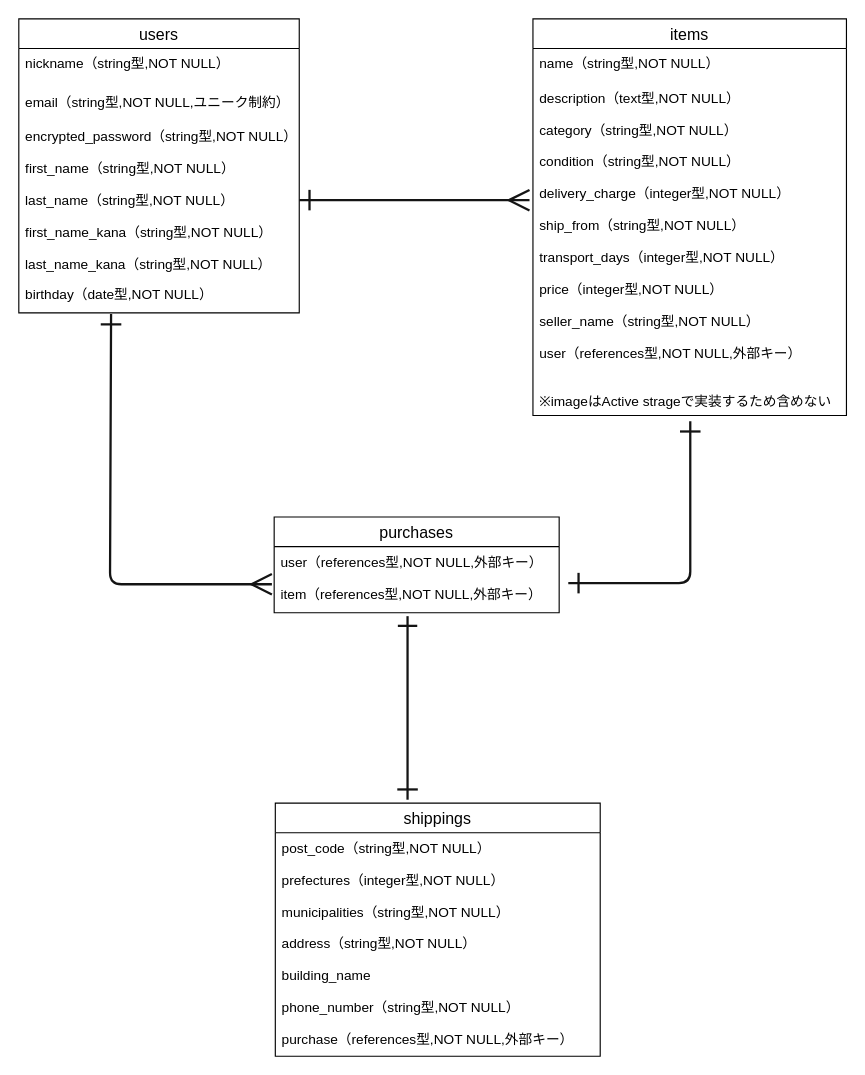
The draw.io diagram furima-37348.dio in y-takamatu/furima-37348, before the edit. Source tidied: cells renumbered, new cells numbered last; positions are measured from the earlier drawing's top-left corner, leaving out a move shared by most shapes. Both pictures are drawn from the tidied source at 114%, with x=0, y=0 at pixel (18, 18).
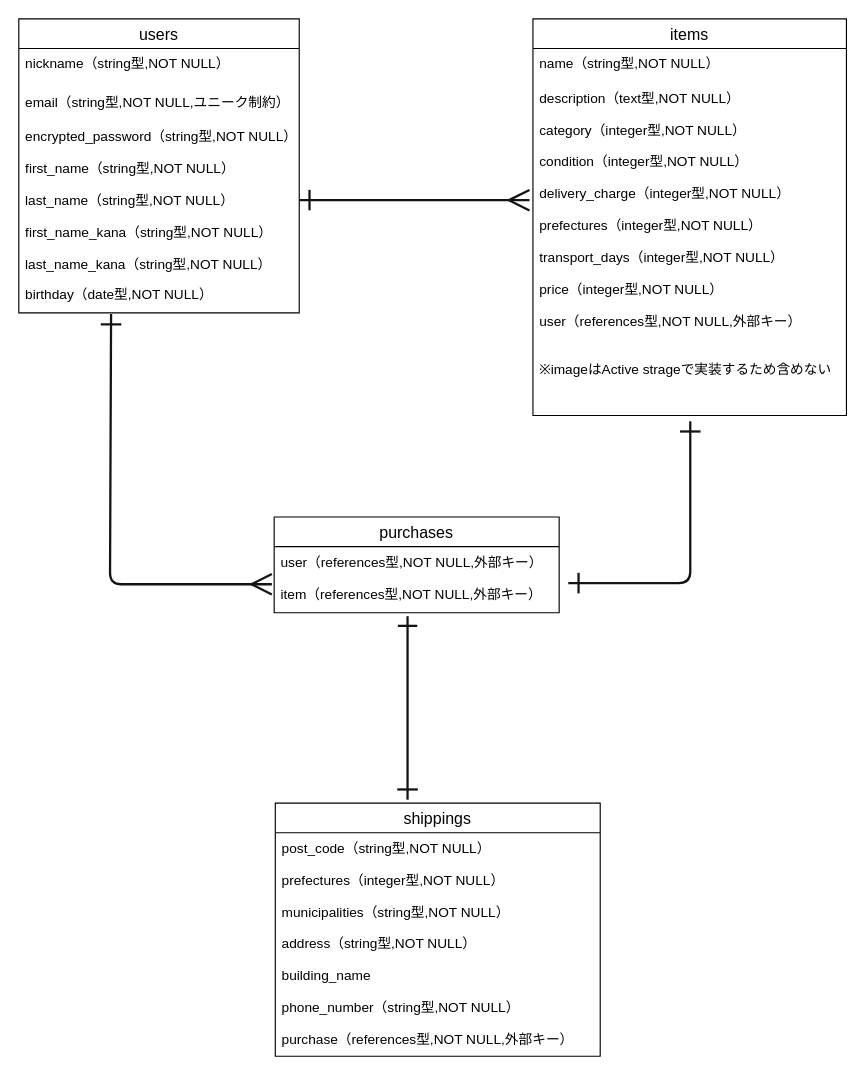
Above is the later version.

Commit message (it also covers changes not shown here):
テーブル設計　typeの変更（active_hash対応）

Unchanged cells that the change refers to:
```xml
<mxCell id="2" value="items" style="swimlane;fontStyle=0;horizontal=1;startSize=26;align=center;fontSize=14;" parent="1" vertex="1">
  <mxGeometry x="451" width="275" height="348" as="geometry" />
</mxCell>
```

Change to the diagram source:
```diff
@@
-    <mxCell id="4" value="description（text型,NOT NULL）&#10;&#10;category（string型,NOT NULL）&#10;&#10;condition（string型,NOT NULL）&#10;&#10;delivery_charge（integer型,NOT NULL）&#10;&#10;ship_from（string型,NOT NULL）&#10;&#10;transport_days（integer型,NOT NULL）&#10;&#10;price（integer型,NOT NULL）&#10;&#10;seller_name（string型,NOT NULL）&#10;&#10;user（references型,NOT NULL,外部キー）&#10;&#10;&#10;※imageはActive strageで実装するため含めない" style="text;strokeColor=none;fillColor=none;spacingLeft=4;spacingRight=4;overflow=hidden;points=[[0,0.5],[1,0.5]];portConstraint=eastwest;fontSize=12;" parent="2" vertex="1">
+    <mxCell id="4" value="description（text型,NOT NULL）&#10;&#10;category（integer型,NOT NULL）&#10;&#10;condition（integer型,NOT NULL）&#10;&#10;delivery_charge（integer型,NOT NULL）&#10;&#10;prefectures（integer型,NOT NULL）&#10;&#10;transport_days（integer型,NOT NULL）&#10;&#10;price（integer型,NOT NULL）&#10;&#10;user（references型,NOT NULL,外部キー）&#10;&#10;&#10;※imageはActive strageで実装するため含めない" style="text;strokeColor=none;fillColor=none;spacingLeft=4;spacingRight=4;overflow=hidden;points=[[0,0.5],[1,0.5]];portConstraint=eastwest;fontSize=12;" parent="2" vertex="1">
       <mxGeometry y="56" width="275" height="292" as="geometry" />
     </mxCell>
```
